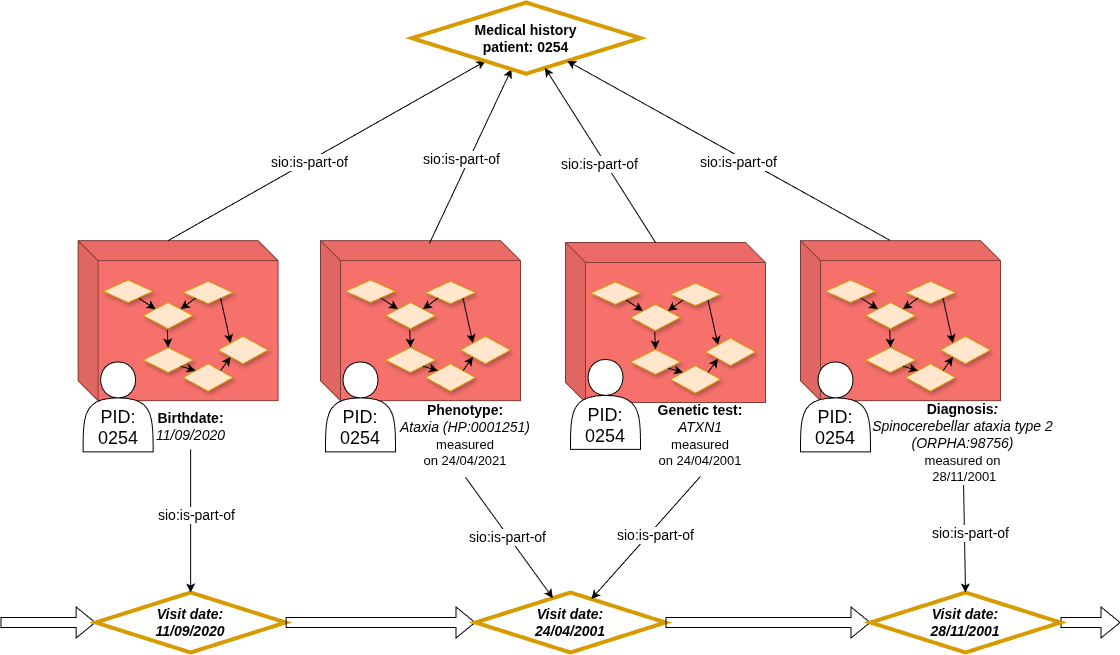
This is images/CARE-SM-Timeline.drawio.png from CARE-SM/CARE-Semantic-Model, a draw.io export, as it was before one commit. Source tidied: cells renumbered, new cells last; positions are measured from the earlier drawing's top-left corner, leaving out a move shared by most shapes.
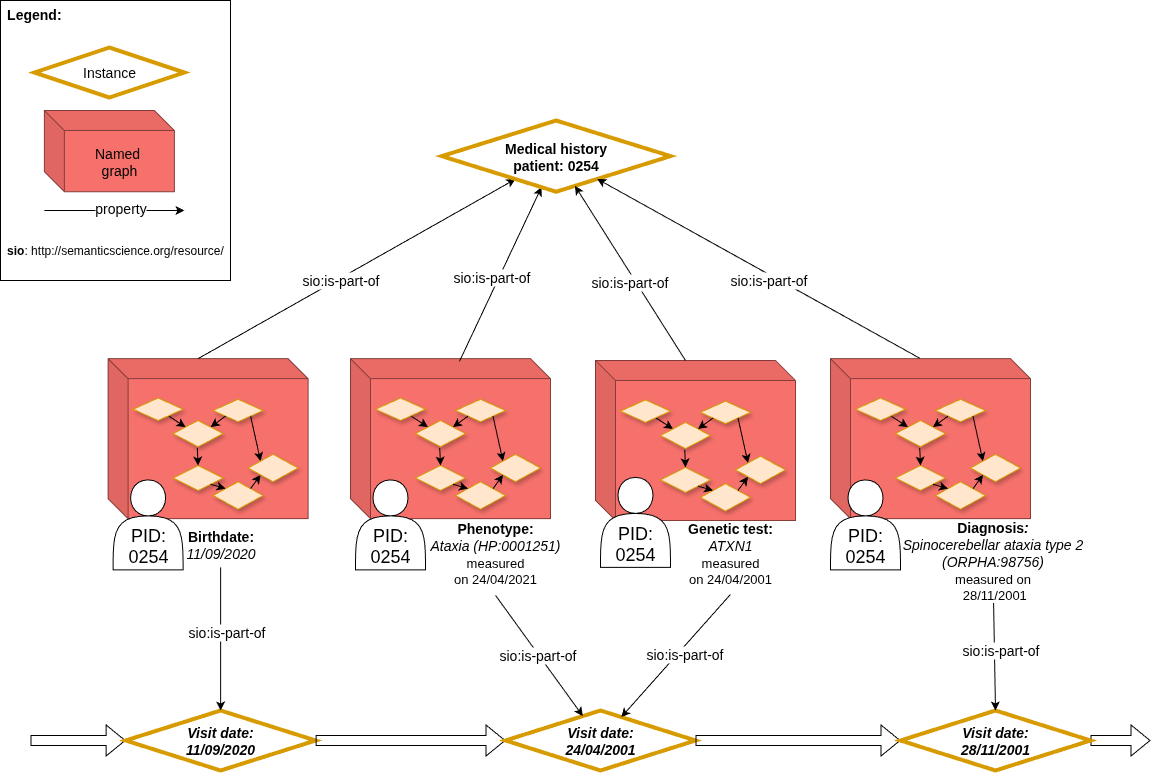
The same file after the commit.

What changed in the source:
```diff
@@ -246,5 +246,20 @@
     <mxCell id="77" value="&lt;div&gt;&lt;font style=&quot;font-size: 18px;&quot;&gt;&lt;br&gt;&lt;/font&gt;&lt;/div&gt;&lt;font style=&quot;font-size: 18px;&quot;&gt;&lt;div&gt;&lt;font style=&quot;font-size: 18px;&quot;&gt;&lt;br&gt;&lt;/font&gt;&lt;/div&gt;PID:&lt;/font&gt;&lt;div&gt;&lt;font style=&quot;font-size: 18px;&quot;&gt;0254&lt;/font&gt;&lt;/div&gt;" style="shape=actor;whiteSpace=wrap;html=1;" parent="1" vertex="1">
       <mxGeometry x="800" y="359.4" width="70" height="90" as="geometry" />
     </mxCell>
+    <mxCell id="78" value="&lt;div style=&quot;text-align: left; font-size: 14px;&quot;&gt;&lt;div&gt;&lt;b style=&quot;background-color: initial; color: light-dark(rgb(0, 0, 0), rgb(255, 255, 255));&quot;&gt;Legend:&lt;/b&gt;&lt;/div&gt;&lt;div&gt;&lt;br&gt;&lt;/div&gt;&lt;div&gt;&lt;span style=&quot;background-color: initial;&quot;&gt;&lt;br&gt;&lt;/span&gt;&lt;/div&gt;&lt;div&gt;&lt;br&gt;&lt;/div&gt;&lt;div&gt;&lt;br&gt;&lt;/div&gt;&lt;div&gt;&lt;br&gt;&lt;/div&gt;&lt;div&gt;&lt;br&gt;&lt;/div&gt;&lt;div&gt;&lt;br&gt;&lt;/div&gt;&lt;div&gt;&lt;span style=&quot;background-color: initial;&quot;&gt;&lt;br&gt;&lt;/span&gt;&lt;/div&gt;&lt;div&gt;&lt;span style=&quot;background-color: initial;&quot;&gt;&lt;br&gt;&lt;/span&gt;&lt;/div&gt;&lt;div&gt;&lt;span style=&quot;background-color: initial;&quot;&gt;&lt;br&gt;&lt;/span&gt;&lt;/div&gt;&lt;div&gt;&lt;span style=&quot;background-color: initial;&quot;&gt;&lt;br&gt;&lt;/span&gt;&lt;/div&gt;&lt;div&gt;&lt;span style=&quot;background-color: initial;&quot;&gt;&lt;br&gt;&lt;/span&gt;&lt;/div&gt;&lt;div&gt;&lt;span style=&quot;background-color: initial;&quot;&gt;&lt;br&gt;&lt;/span&gt;&lt;/div&gt;&lt;div&gt;&lt;b style=&quot;background-color: transparent; color: light-dark(rgb(0, 0, 0), rgb(255, 255, 255)); font-size: 12px; text-align: center;&quot;&gt;sio&lt;/b&gt;&lt;span style=&quot;background-color: transparent; color: light-dark(rgb(0, 0, 0), rgb(255, 255, 255)); font-size: 12px; text-align: center;&quot;&gt;: http://semanticscience.org/resource/&lt;/span&gt;&lt;/div&gt;&lt;div&gt;&lt;br&gt;&lt;/div&gt;&lt;/div&gt;" style="rounded=0;whiteSpace=wrap;html=1;fontSize=14;" parent="1" vertex="1">
+      <mxGeometry x="-30" y="-120" width="230" height="280" as="geometry" />
+    </mxCell>
+    <mxCell id="79" value="Instance" style="rhombus;whiteSpace=wrap;html=1;fillColor=default;strokeColor=#D79B00;rotation=0;perimeter=rhombusPerimeter;arcSize=20;comic=0;enumerate=0;strokeWidth=4;rounded=0;fontSize=14;" parent="1" vertex="1">
+      <mxGeometry x="3.9" y="-73" width="150" height="50" as="geometry" />
+    </mxCell>
+    <mxCell id="80" value="property" style="rounded=0;orthogonalLoop=1;jettySize=auto;html=1;exitX=1;exitY=1;exitDx=0;exitDy=0;fontSize=14;" parent="1" edge="1">
+      <mxGeometry x="0.09" y="2" relative="1" as="geometry">
+        <mxPoint x="13.9" y="90" as="sourcePoint" />
+        <mxPoint x="153.9" y="90" as="targetPoint" />
+      </mxGeometry>
+    </mxCell>
+    <mxCell id="81" value="Named&amp;nbsp;&lt;div&gt;graph&lt;/div&gt;" style="shape=cube;whiteSpace=wrap;html=1;boundedLbl=1;backgroundOutline=1;darkOpacity=0.05;darkOpacity2=0.1;fillColor=#F7716C;strokeColor=#853D3A;fontSize=14;" parent="1" vertex="1">
+      <mxGeometry x="13.9" y="-10" width="130" height="81.2" as="geometry" />
+    </mxCell>
   </root>
 </mxGraphModel>
```
